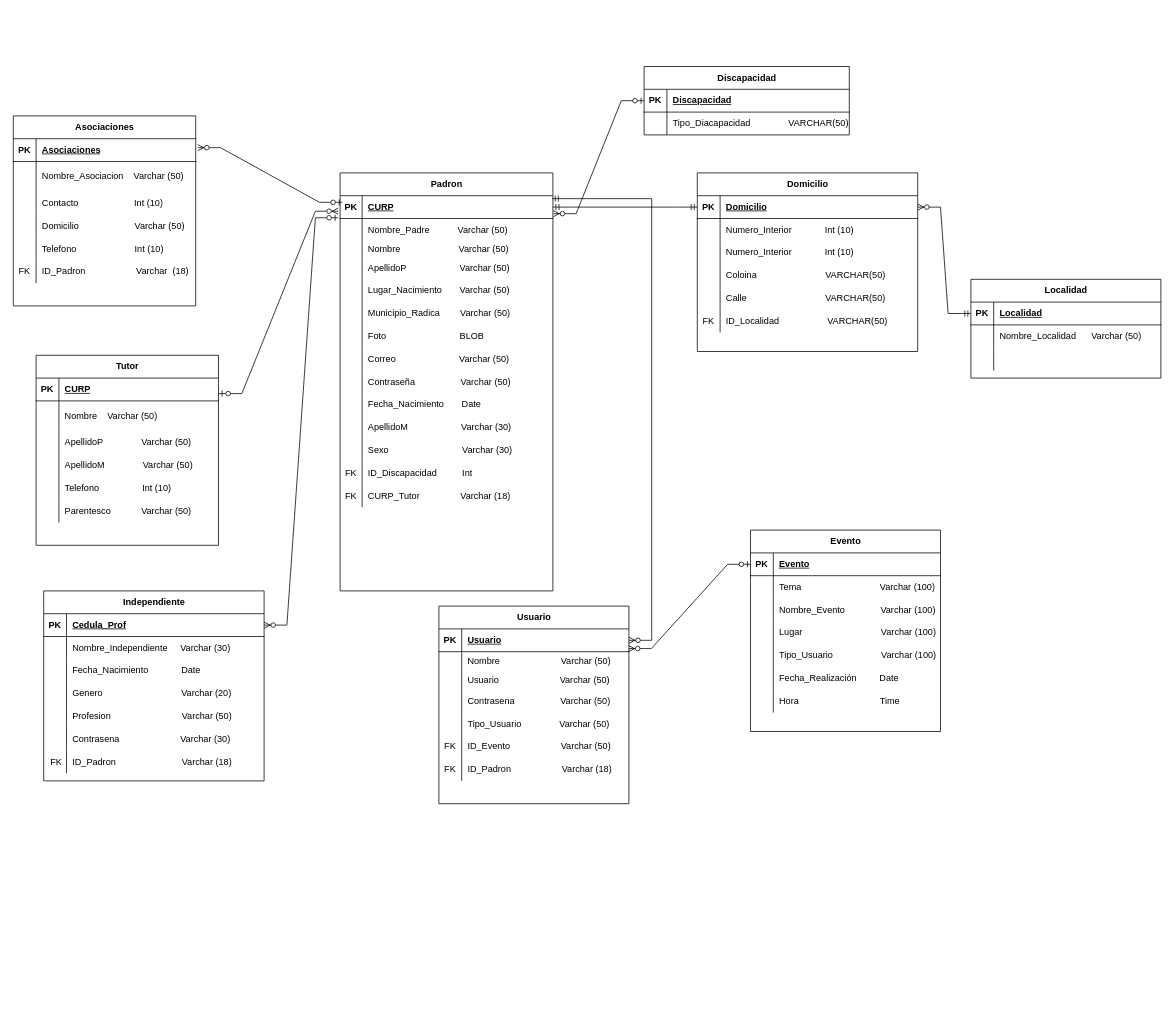
OSCARCH2002/diagramas keeps this draw.io diagram as Relacional.drawio. Above is the earlier version. Source tidied: cells renumbered, new cells numbered last; positions are measured from the earlier drawing's top-left corner, leaving out a move shared by most shapes. Both pictures are drawn from the tidied source at 76%, with x=0, y=0 at pixel (13, 66).
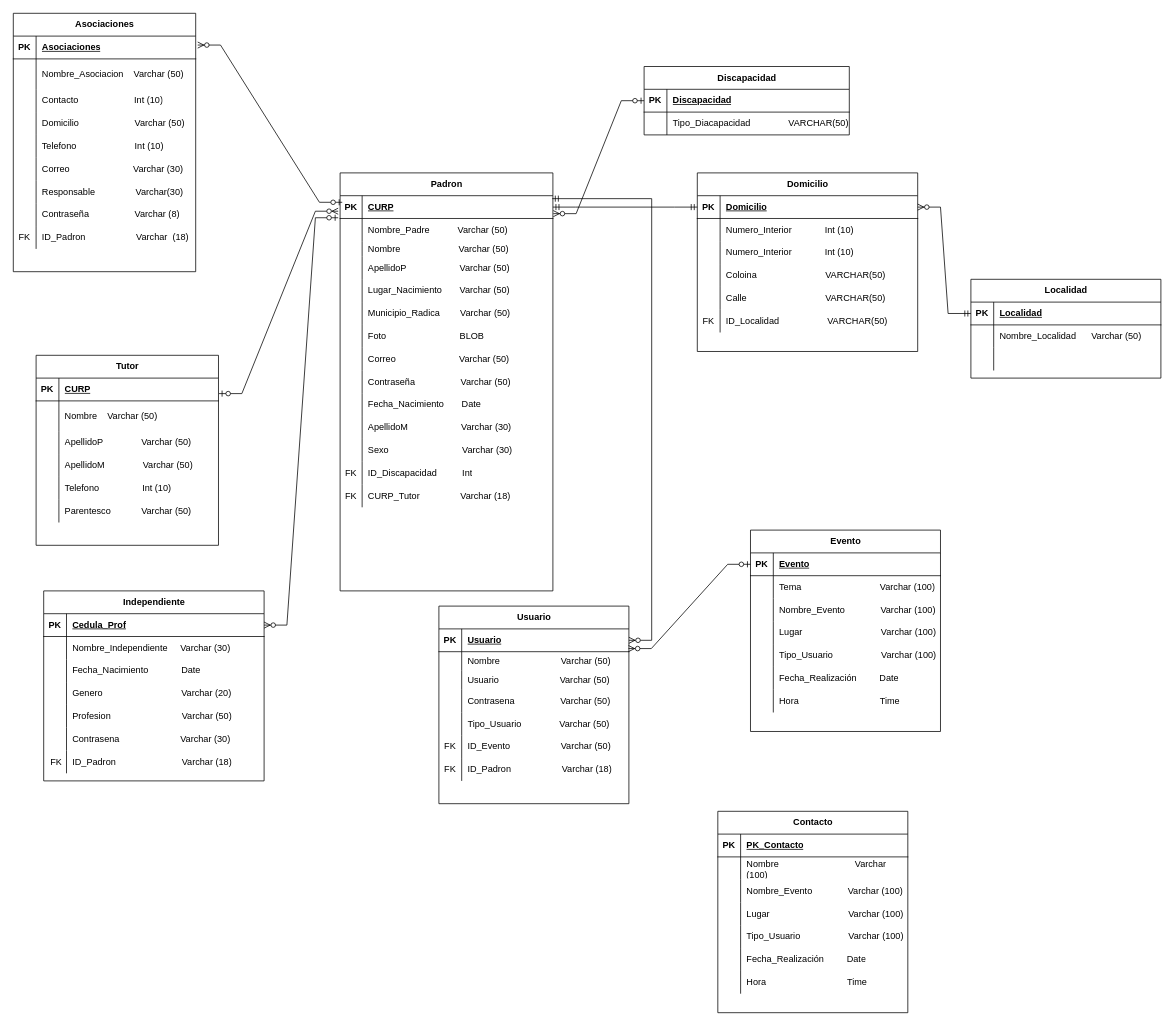
The same page after the edit.

Diff of the diagram source:
```diff
@@
     <mxCell id="2" value="Asociaciones" style="shape=table;startSize=30;childLayout=tableLayout;rowLines=0;fontStyle=1;align=center;html=1;" parent="1" vertex="1">
-      <mxGeometry y="65" width="240" height="250" as="geometry" />
+      <mxGeometry y="-70" width="240" height="340" as="geometry" />
     </mxCell>
@@
+    <mxCell id="201" style="shape=tableRow;horizontal=0;startSize=0;swimlaneHead=0;swimlaneBody=0;fillColor=none;top=0;left=0;right=0;bottom=0;" parent="2" vertex="1">
+      <mxGeometry y="190" width="240" height="30" as="geometry" />
+    </mxCell>
+    <mxCell id="202" style="shape=partialRectangle;fillColor=none;top=0;left=0;bottom=0;right=0;overflow=hidden;whiteSpace=wrap;html=1;" parent="201" vertex="1">
+      <mxGeometry width="30" height="30" as="geometry" />
+    </mxCell>
+    <mxCell id="203" value="Correo&amp;nbsp; &amp;nbsp; &amp;nbsp; &amp;nbsp; &amp;nbsp; &amp;nbsp; &amp;nbsp; &amp;nbsp; &amp;nbsp; &amp;nbsp; &amp;nbsp; &amp;nbsp; &amp;nbsp;Varchar (30)" style="shape=partialRectangle;fillColor=none;top=0;left=0;bottom=0;right=0;align=left;spacingLeft=6;overflow=hidden;whiteSpace=wrap;html=1;" parent="201" vertex="1">
+      <mxGeometry x="30" width="210" height="30" as="geometry" />
+    </mxCell>
+    <mxCell id="204" style="shape=tableRow;horizontal=0;startSize=0;swimlaneHead=0;swimlaneBody=0;fillColor=none;top=0;left=0;right=0;bottom=0;" parent="2" vertex="1">
+      <mxGeometry y="220" width="240" height="30" as="geometry" />
+    </mxCell>
+    <mxCell id="205" style="shape=partialRectangle;fillColor=none;top=0;left=0;bottom=0;right=0;overflow=hidden;whiteSpace=wrap;html=1;" parent="204" vertex="1">
+      <mxGeometry width="30" height="30" as="geometry" />
+    </mxCell>
+    <mxCell id="206" value="Responsable&amp;nbsp; &amp;nbsp; &amp;nbsp; &amp;nbsp; &amp;nbsp; &amp;nbsp; &amp;nbsp; &amp;nbsp; Varchar(30)" style="shape=partialRectangle;fillColor=none;top=0;left=0;bottom=0;right=0;align=left;spacingLeft=6;overflow=hidden;whiteSpace=wrap;html=1;" parent="204" vertex="1">
+      <mxGeometry x="30" width="210" height="30" as="geometry" />
+    </mxCell>
+    <mxCell id="207" style="shape=tableRow;horizontal=0;startSize=0;swimlaneHead=0;swimlaneBody=0;fillColor=none;top=0;left=0;right=0;bottom=0;" parent="2" vertex="1">
+      <mxGeometry y="250" width="240" height="30" as="geometry" />
+    </mxCell>
+    <mxCell id="208" style="shape=partialRectangle;fillColor=none;top=0;left=0;bottom=0;right=0;overflow=hidden;whiteSpace=wrap;html=1;" parent="207" vertex="1">
+      <mxGeometry width="30" height="30" as="geometry" />
+    </mxCell>
+    <mxCell id="209" value="Contraseña&amp;nbsp; &amp;nbsp; &amp;nbsp; &amp;nbsp; &amp;nbsp; &amp;nbsp; &amp;nbsp; &amp;nbsp; &amp;nbsp; Varchar (8)" style="shape=partialRectangle;fillColor=none;top=0;left=0;bottom=0;right=0;align=left;spacingLeft=6;overflow=hidden;whiteSpace=wrap;html=1;" parent="207" vertex="1">
+      <mxGeometry x="30" width="210" height="30" as="geometry" />
+    </mxCell>
     <mxCell id="18" style="shape=tableRow;horizontal=0;startSize=0;swimlaneHead=0;swimlaneBody=0;fillColor=none;top=0;left=0;right=0;bottom=0;" parent="2" vertex="1">
-      <mxGeometry y="190" width="240" height="30" as="geometry" />
+      <mxGeometry y="280" width="240" height="30" as="geometry" />
     </mxCell>
@@
+    <mxCell id="210" value="Contacto" style="shape=table;startSize=30;childLayout=tableLayout;rowLines=0;fontStyle=1;align=center;html=1;" parent="1" vertex="1">
+      <mxGeometry x="927" y="980" width="250" height="265" as="geometry" />
+    </mxCell>
+    <mxCell id="211" style="shape=tableRow;horizontal=0;startSize=0;swimlaneHead=0;swimlaneBody=0;fillColor=none;top=0;left=0;right=0;bottom=1;" parent="210" vertex="1">
+      <mxGeometry y="30" width="250" height="30" as="geometry" />
+    </mxCell>
+    <mxCell id="212" value="PK" style="shape=partialRectangle;fillColor=none;top=0;left=0;bottom=0;right=0;fontStyle=1;overflow=hidden;whiteSpace=wrap;html=1;" parent="211" vertex="1">
+      <mxGeometry width="30" height="30" as="geometry" />
+    </mxCell>
+    <mxCell id="213" value="PK_Contacto" style="shape=partialRectangle;fillColor=none;top=0;left=0;bottom=0;right=0;align=left;spacingLeft=6;fontStyle=5;overflow=hidden;whiteSpace=wrap;html=1;" parent="211" vertex="1">
+      <mxGeometry x="30" width="220" height="30" as="geometry" />
+    </mxCell>
+    <mxCell id="214" style="shape=tableRow;horizontal=0;startSize=0;swimlaneHead=0;swimlaneBody=0;fillColor=none;top=0;left=0;right=0;bottom=0;" parent="210" vertex="1">
+      <mxGeometry y="60" width="250" height="30" as="geometry" />
+    </mxCell>
+    <mxCell id="215" style="shape=partialRectangle;fillColor=none;top=0;left=0;bottom=0;right=0;overflow=hidden;whiteSpace=wrap;html=1;" parent="214" vertex="1">
+      <mxGeometry width="30" height="30" as="geometry" />
+    </mxCell>
+    <mxCell id="216" value="Nombre&amp;nbsp; &amp;nbsp; &amp;nbsp; &amp;nbsp; &amp;nbsp; &amp;nbsp; &amp;nbsp; &amp;nbsp; &amp;nbsp; &amp;nbsp; &amp;nbsp; &amp;nbsp; &amp;nbsp; &amp;nbsp; &amp;nbsp; Varchar (100)" style="shape=partialRectangle;fillColor=none;top=0;left=0;bottom=0;right=0;align=left;spacingLeft=6;overflow=hidden;whiteSpace=wrap;html=1;" parent="214" vertex="1">
+      <mxGeometry x="30" width="220" height="30" as="geometry" />
+    </mxCell>
+    <mxCell id="217" style="shape=tableRow;horizontal=0;startSize=0;swimlaneHead=0;swimlaneBody=0;fillColor=none;top=0;left=0;right=0;bottom=0;" parent="210" vertex="1">
+      <mxGeometry y="90" width="250" height="30" as="geometry" />
+    </mxCell>
+    <mxCell id="218" style="shape=partialRectangle;fillColor=none;top=0;left=0;bottom=0;right=0;overflow=hidden;whiteSpace=wrap;html=1;" parent="217" vertex="1">
+      <mxGeometry width="30" height="30" as="geometry" />
+    </mxCell>
+    <mxCell id="219" value="Nombre_Evento&amp;nbsp; &amp;nbsp; &amp;nbsp; &amp;nbsp; &amp;nbsp; &amp;nbsp; &amp;nbsp; Varchar (100)" style="shape=partialRectangle;fillColor=none;top=0;left=0;bottom=0;right=0;align=left;spacingLeft=6;overflow=hidden;whiteSpace=wrap;html=1;" parent="217" vertex="1">
+      <mxGeometry x="30" width="220" height="30" as="geometry" />
+    </mxCell>
+    <mxCell id="220" style="shape=tableRow;horizontal=0;startSize=0;swimlaneHead=0;swimlaneBody=0;fillColor=none;top=0;left=0;right=0;bottom=0;" parent="210" vertex="1">
+      <mxGeometry y="120" width="250" height="30" as="geometry" />
+    </mxCell>
+    <mxCell id="221" style="shape=partialRectangle;fillColor=none;top=0;left=0;bottom=0;right=0;overflow=hidden;whiteSpace=wrap;html=1;" parent="220" vertex="1">
+      <mxGeometry width="30" height="30" as="geometry" />
+    </mxCell>
+    <mxCell id="222" value="Lugar&amp;nbsp; &amp;nbsp; &amp;nbsp; &amp;nbsp; &amp;nbsp; &amp;nbsp; &amp;nbsp; &amp;nbsp; &amp;nbsp; &amp;nbsp; &amp;nbsp; &amp;nbsp; &amp;nbsp; &amp;nbsp; &amp;nbsp; &amp;nbsp;Varchar (100)" style="shape=partialRectangle;fillColor=none;top=0;left=0;bottom=0;right=0;align=left;spacingLeft=6;overflow=hidden;whiteSpace=wrap;html=1;" parent="220" vertex="1">
+      <mxGeometry x="30" width="220" height="30" as="geometry" />
+    </mxCell>
+    <mxCell id="223" style="shape=tableRow;horizontal=0;startSize=0;swimlaneHead=0;swimlaneBody=0;fillColor=none;top=0;left=0;right=0;bottom=0;" parent="210" vertex="1">
+      <mxGeometry y="150" width="250" height="30" as="geometry" />
+    </mxCell>
+    <mxCell id="224" style="shape=partialRectangle;fillColor=none;top=0;left=0;bottom=0;right=0;overflow=hidden;whiteSpace=wrap;html=1;" parent="223" vertex="1">
+      <mxGeometry width="30" height="30" as="geometry" />
+    </mxCell>
+    <mxCell id="225" value="Tipo_Usuario&amp;nbsp; &amp;nbsp; &amp;nbsp; &amp;nbsp; &amp;nbsp; &amp;nbsp; &amp;nbsp; &amp;nbsp; &amp;nbsp; &amp;nbsp;Varchar (100)" style="shape=partialRectangle;fillColor=none;top=0;left=0;bottom=0;right=0;align=left;spacingLeft=6;overflow=hidden;whiteSpace=wrap;html=1;" parent="223" vertex="1">
+      <mxGeometry x="30" width="220" height="30" as="geometry" />
+    </mxCell>
+    <mxCell id="226" style="shape=tableRow;horizontal=0;startSize=0;swimlaneHead=0;swimlaneBody=0;fillColor=none;top=0;left=0;right=0;bottom=0;" parent="210" vertex="1">
+      <mxGeometry y="180" width="250" height="30" as="geometry" />
+    </mxCell>
+    <mxCell id="227" style="shape=partialRectangle;fillColor=none;top=0;left=0;bottom=0;right=0;overflow=hidden;whiteSpace=wrap;html=1;" parent="226" vertex="1">
+      <mxGeometry width="30" height="30" as="geometry" />
+    </mxCell>
+    <mxCell id="228" value="Fecha_Realización&amp;nbsp; &amp;nbsp; &amp;nbsp; &amp;nbsp; &amp;nbsp;Date" style="shape=partialRectangle;fillColor=none;top=0;left=0;bottom=0;right=0;align=left;spacingLeft=6;overflow=hidden;whiteSpace=wrap;html=1;" parent="226" vertex="1">
+      <mxGeometry x="30" width="220" height="30" as="geometry" />
+    </mxCell>
+    <mxCell id="229" style="shape=tableRow;horizontal=0;startSize=0;swimlaneHead=0;swimlaneBody=0;fillColor=none;top=0;left=0;right=0;bottom=0;" parent="210" vertex="1">
+      <mxGeometry y="210" width="250" height="30" as="geometry" />
+    </mxCell>
+    <mxCell id="230" style="shape=partialRectangle;fillColor=none;top=0;left=0;bottom=0;right=0;overflow=hidden;whiteSpace=wrap;html=1;" parent="229" vertex="1">
+      <mxGeometry width="30" height="30" as="geometry" />
+    </mxCell>
+    <mxCell id="231" value="Hora&amp;nbsp; &amp;nbsp; &amp;nbsp; &amp;nbsp; &amp;nbsp; &amp;nbsp; &amp;nbsp; &amp;nbsp; &amp;nbsp; &amp;nbsp; &amp;nbsp; &amp;nbsp; &amp;nbsp; &amp;nbsp; &amp;nbsp; &amp;nbsp; Time" style="shape=partialRectangle;fillColor=none;top=0;left=0;bottom=0;right=0;align=left;spacingLeft=6;overflow=hidden;whiteSpace=wrap;html=1;" parent="229" vertex="1">
+      <mxGeometry x="30" width="220" height="30" as="geometry" />
+    </mxCell>
```
